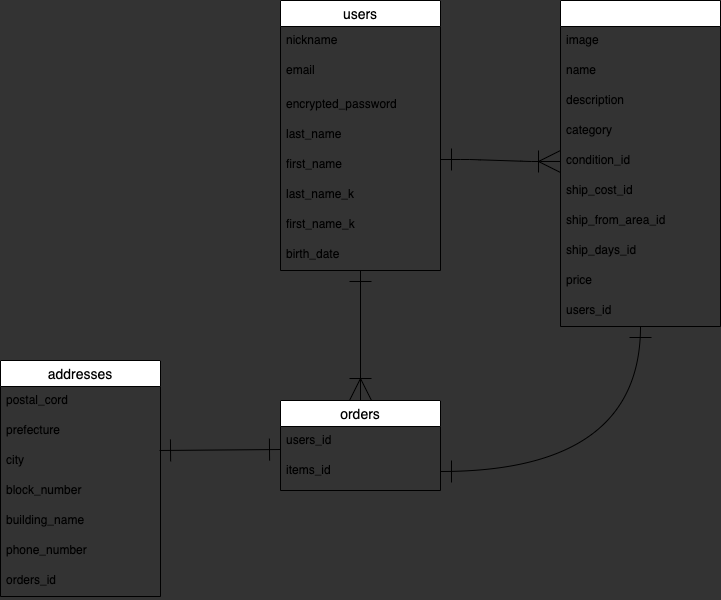
The draw.io diagram ER.drawio.png in simai923/furima-32051, before a commit. Source tidied: cells renumbered, new cells last; positions are measured from the earlier drawing's top-left corner, leaving out a move shared by most shapes.
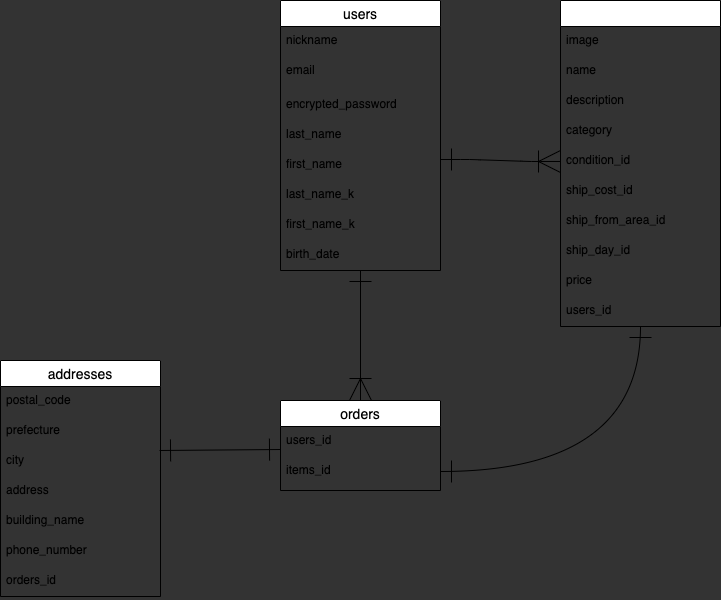
The same file after the commit.

Commit message:
テーブル、ER図 修正5

The edit, as a diff of the source:
```diff
@@ -49,7 +49,7 @@
     <mxCell id="15" value="ship_from_area_id" style="text;strokeColor=none;fillColor=none;spacingLeft=4;spacingRight=4;overflow=hidden;fontSize=12;" parent="8" vertex="1">
       <mxGeometry y="206" width="160" height="30" as="geometry" />
     </mxCell>
-    <mxCell id="16" value="ship_days_id" style="text;strokeColor=none;fillColor=none;spacingLeft=4;spacingRight=4;overflow=hidden;fontSize=12;" parent="8" vertex="1">
+    <mxCell id="16" value="ship_day_id" style="text;strokeColor=none;fillColor=none;spacingLeft=4;spacingRight=4;overflow=hidden;fontSize=12;" parent="8" vertex="1">
       <mxGeometry y="236" width="160" height="30" as="geometry" />
     </mxCell>
     <mxCell id="17" value="price" style="text;strokeColor=none;fillColor=none;spacingLeft=4;spacingRight=4;overflow=hidden;fontSize=12;" parent="8" vertex="1">
@@ -91,7 +91,7 @@
     <mxCell id="29" value="addresses" style="swimlane;fontStyle=0;horizontal=1;startSize=26;align=center;fontSize=14;" parent="1" vertex="1">
       <mxGeometry y="360" width="160" height="236" as="geometry" />
     </mxCell>
-    <mxCell id="30" value="postal_cord" style="text;strokeColor=none;fillColor=none;spacingLeft=4;spacingRight=4;overflow=hidden;fontSize=12;" parent="29" vertex="1">
+    <mxCell id="30" value="postal_code" style="text;strokeColor=none;fillColor=none;spacingLeft=4;spacingRight=4;overflow=hidden;fontSize=12;" parent="29" vertex="1">
       <mxGeometry y="26" width="160" height="30" as="geometry" />
     </mxCell>
     <mxCell id="31" value="prefecture" style="text;strokeColor=none;fillColor=none;spacingLeft=4;spacingRight=4;overflow=hidden;fontSize=12;" parent="29" vertex="1">
@@ -100,7 +100,7 @@
     <mxCell id="32" value="city" style="text;strokeColor=none;fillColor=none;spacingLeft=4;spacingRight=4;overflow=hidden;points=[[0,0.5],[1,0.5]];portConstraint=eastwest;fontSize=12;" parent="29" vertex="1">
       <mxGeometry y="86" width="160" height="30" as="geometry" />
     </mxCell>
-    <mxCell id="33" value="block_number" style="text;strokeColor=none;fillColor=none;spacingLeft=4;spacingRight=4;overflow=hidden;fontSize=12;" parent="29" vertex="1">
+    <mxCell id="33" value="address" style="text;strokeColor=none;fillColor=none;spacingLeft=4;spacingRight=4;overflow=hidden;fontSize=12;" parent="29" vertex="1">
       <mxGeometry y="116" width="160" height="30" as="geometry" />
     </mxCell>
     <mxCell id="34" value="building_name" style="text;strokeColor=none;fillColor=none;spacingLeft=4;spacingRight=4;overflow=hidden;fontSize=12;" parent="29" vertex="1">
```
